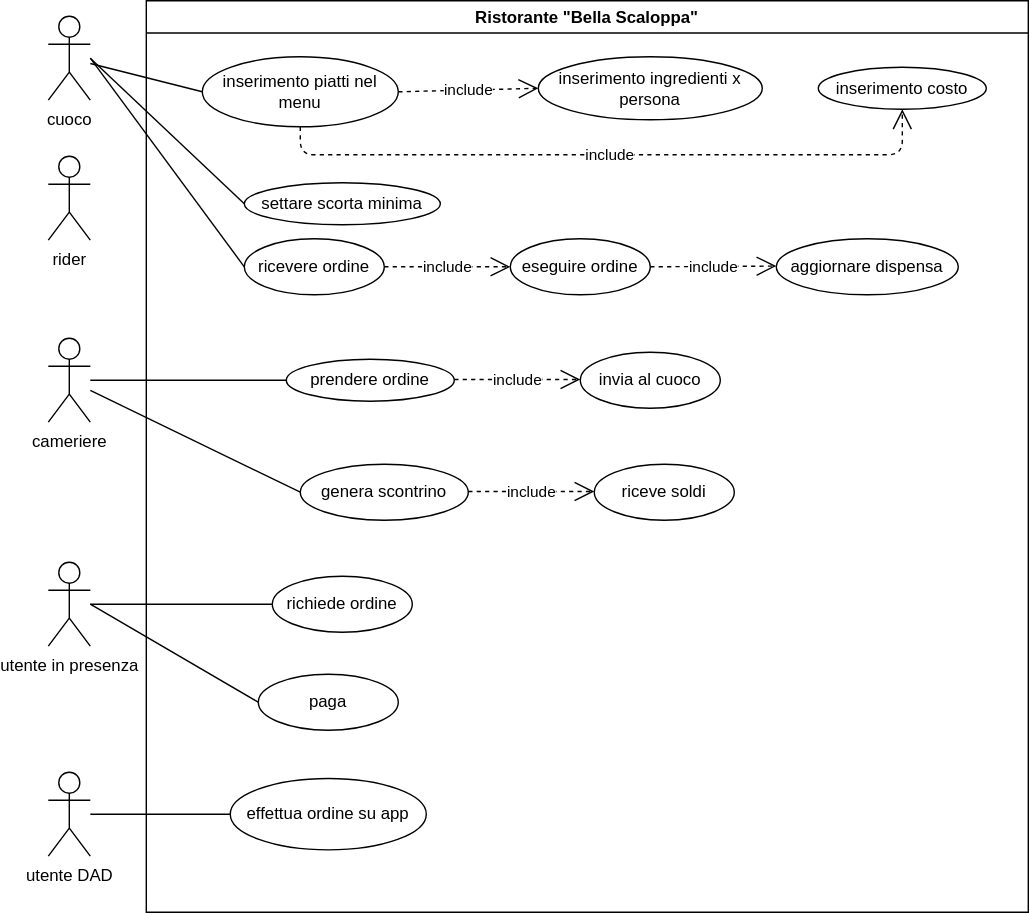
Before: ExamUseCaseDiagram.svg, a diagram exported from draw.io (Santeenee/ExamProject). Source tidied: cells renumbered, new cells last; positions are measured from the earlier drawing's top-left corner, leaving out a move shared by most shapes.
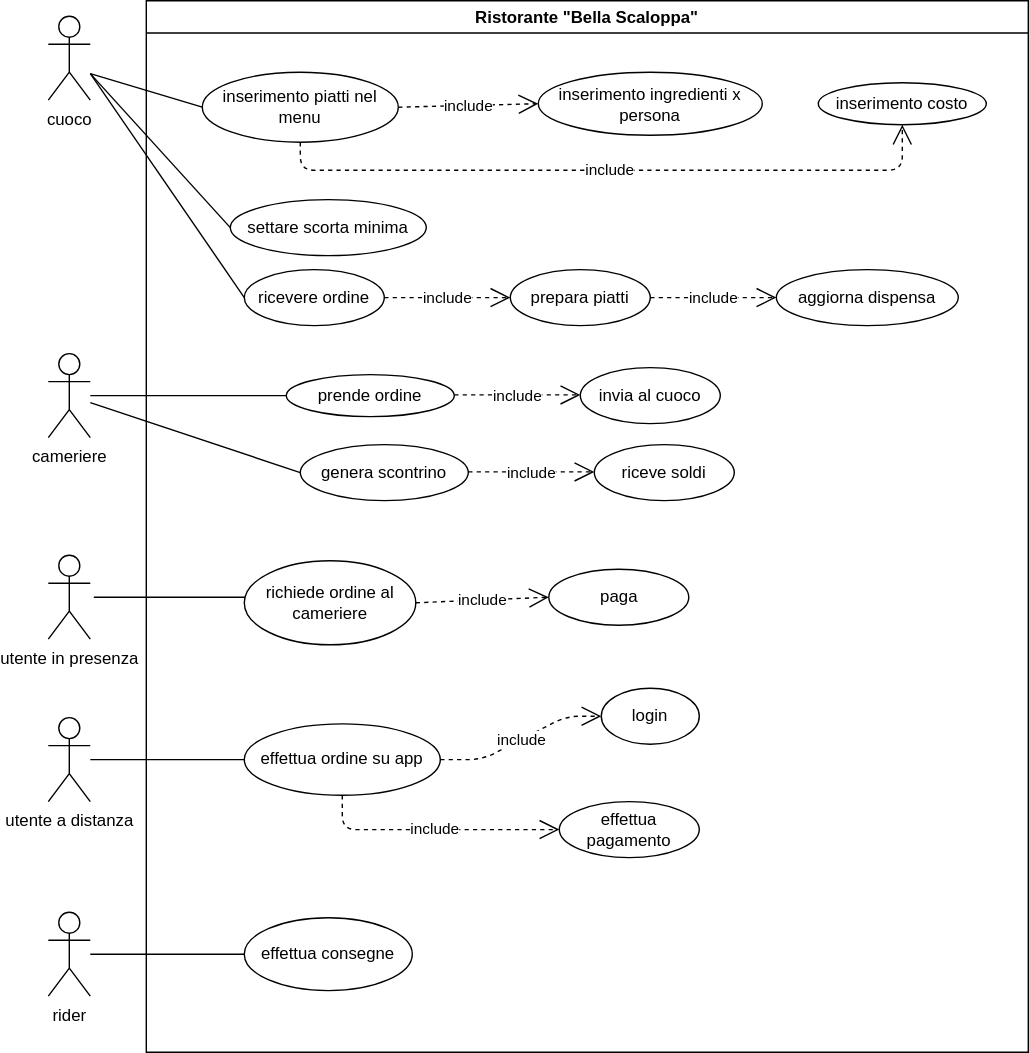
The same diagram one commit later.

The edit, as a diff of the source:
```diff
@@ -6,34 +6,34 @@
       <mxGeometry y="11" width="30" height="60" as="geometry" />
     </mxCell>
     <mxCell id="3" value="cameriere" style="shape=umlActor;verticalLabelPosition=bottom;verticalAlign=top;html=1;outlineConnect=0;" parent="1" vertex="1">
-      <mxGeometry y="241" width="30" height="60" as="geometry" />
+      <mxGeometry y="252" width="30" height="60" as="geometry" />
     </mxCell>
-    <mxCell id="4" value="utente DAD" style="shape=umlActor;verticalLabelPosition=bottom;verticalAlign=top;html=1;outlineConnect=0;" parent="1" vertex="1">
-      <mxGeometry y="551" width="30" height="60" as="geometry" />
+    <mxCell id="4" value="utente a distanza" style="shape=umlActor;verticalLabelPosition=bottom;verticalAlign=top;html=1;outlineConnect=0;" parent="1" vertex="1">
+      <mxGeometry y="512" width="30" height="60" as="geometry" />
     </mxCell>
     <mxCell id="5" value="rider" style="shape=umlActor;verticalLabelPosition=bottom;verticalAlign=top;html=1;outlineConnect=0;" parent="1" vertex="1">
-      <mxGeometry y="111" width="30" height="60" as="geometry" />
+      <mxGeometry y="651" width="30" height="60" as="geometry" />
     </mxCell>
     <mxCell id="6" value="Ristorante &quot;Bella Scaloppa&quot;" style="swimlane;" parent="1" vertex="1">
-      <mxGeometry x="70" width="630" height="651" as="geometry" />
+      <mxGeometry x="70" width="630" height="751" as="geometry" />
     </mxCell>
     <mxCell id="7" value="inserimento ingredienti x persona" style="ellipse;whiteSpace=wrap;html=1;" parent="6" vertex="1">
-      <mxGeometry x="280" y="40" width="160" height="45" as="geometry" />
+      <mxGeometry x="280" y="51" width="160" height="45" as="geometry" />
     </mxCell>
     <mxCell id="8" value="inserimento costo" style="ellipse;whiteSpace=wrap;html=1;" parent="6" vertex="1">
-      <mxGeometry x="480" y="47.5" width="120" height="30" as="geometry" />
+      <mxGeometry x="480" y="58.5" width="120" height="30" as="geometry" />
     </mxCell>
-    <mxCell id="9" value="eseguire ordine" style="ellipse;whiteSpace=wrap;html=1;" parent="6" vertex="1">
-      <mxGeometry x="260" y="170" width="100" height="40" as="geometry" />
+    <mxCell id="9" value="prepara piatti" style="ellipse;whiteSpace=wrap;html=1;" parent="6" vertex="1">
+      <mxGeometry x="260" y="192" width="100" height="40" as="geometry" />
     </mxCell>
-    <mxCell id="10" value="prendere ordine" style="ellipse;whiteSpace=wrap;html=1;" parent="6" vertex="1">
-      <mxGeometry x="100" y="256" width="120" height="30" as="geometry" />
+    <mxCell id="10" value="prende ordine" style="ellipse;whiteSpace=wrap;html=1;" parent="6" vertex="1">
+      <mxGeometry x="100" y="267" width="120" height="30" as="geometry" />
     </mxCell>
     <mxCell id="11" value="genera scontrino" style="ellipse;whiteSpace=wrap;html=1;" parent="6" vertex="1">
-      <mxGeometry x="110" y="331" width="120" height="40" as="geometry" />
+      <mxGeometry x="110" y="317" width="120" height="40" as="geometry" />
     </mxCell>
     <mxCell id="12" value="inserimento piatti nel menu" style="ellipse;whiteSpace=wrap;html=1;" parent="6" vertex="1">
-      <mxGeometry x="40" y="40" width="140" height="50" as="geometry" />
+      <mxGeometry x="40" y="51" width="140" height="50" as="geometry" />
     </mxCell>
     <mxCell id="13" value="include" style="endArrow=open;endSize=12;dashed=1;html=1;exitX=1;exitY=0.5;exitDx=0;exitDy=0;entryX=0;entryY=0.5;entryDx=0;entryDy=0;" parent="6" edge="1" source="12" target="7">
       <mxGeometry relative="1" as="geometry" />
@@ -41,93 +41,118 @@
     <mxCell id="14" value="include" style="endArrow=open;endSize=12;dashed=1;html=1;entryX=0.5;entryY=1;entryDx=0;entryDy=0;exitX=0.5;exitY=1;exitDx=0;exitDy=0;" parent="6" edge="1" source="12" target="8">
       <mxGeometry relative="1" as="geometry">
         <Array as="points">
-          <mxPoint x="110" y="110" />
-          <mxPoint x="540" y="110" />
+          <mxPoint x="110" y="121" />
+          <mxPoint x="540" y="121" />
         </Array>
       </mxGeometry>
     </mxCell>
     <mxCell id="15" value="settare scorta minima" style="ellipse;whiteSpace=wrap;html=1;" parent="6" vertex="1">
-      <mxGeometry x="70" y="130" width="140" height="30" as="geometry" />
+      <mxGeometry x="60" y="142" width="140" height="40" as="geometry" />
     </mxCell>
     <mxCell id="16" value="include" style="endArrow=open;endSize=12;dashed=1;html=1;exitX=1;exitY=0.5;exitDx=0;exitDy=0;entryX=0;entryY=0.5;entryDx=0;entryDy=0;" parent="6" edge="1" source="17" target="9">
       <mxGeometry relative="1" as="geometry" />
     </mxCell>
     <mxCell id="17" value="ricevere ordine" style="ellipse;whiteSpace=wrap;html=1;" parent="6" vertex="1">
-      <mxGeometry x="70" y="170" width="100" height="40" as="geometry" />
+      <mxGeometry x="70" y="192" width="100" height="40" as="geometry" />
     </mxCell>
-    <mxCell id="18" value="include" style="endArrow=open;endSize=12;dashed=1;html=1;exitX=1;exitY=0.5;exitDx=0;exitDy=0;entryX=0;entryY=0.5;entryDx=0;entryDy=0;" parent="6" edge="1" source="9">
-      <mxGeometry relative="1" as="geometry">
-        <mxPoint x="450" y="189.5" as="targetPoint" />
-      </mxGeometry>
+    <mxCell id="18" value="include" style="endArrow=open;endSize=12;dashed=1;html=1;exitX=1;exitY=0.5;exitDx=0;exitDy=0;entryX=0;entryY=0.5;entryDx=0;entryDy=0;" parent="6" edge="1" source="9" target="19">
+      <mxGeometry relative="1" as="geometry" />
     </mxCell>
-    <mxCell id="19" value="aggiornare dispensa" style="ellipse;whiteSpace=wrap;html=1;" parent="6" vertex="1">
-      <mxGeometry x="450" y="170" width="130" height="40" as="geometry" />
+    <mxCell id="19" value="aggiorna dispensa" style="ellipse;whiteSpace=wrap;html=1;" parent="6" vertex="1">
+      <mxGeometry x="450" y="192" width="130" height="40" as="geometry" />
     </mxCell>
     <mxCell id="20" value="include" style="endArrow=open;endSize=12;dashed=1;html=1;exitX=1;exitY=0.5;exitDx=0;exitDy=0;entryX=0;entryY=0.5;entryDx=0;entryDy=0;" parent="6" edge="1">
       <mxGeometry relative="1" as="geometry">
-        <mxPoint x="220" y="270.5" as="sourcePoint" />
-        <mxPoint x="310" y="270.5" as="targetPoint" />
+        <mxPoint x="220" y="281.5" as="sourcePoint" />
+        <mxPoint x="310" y="281.5" as="targetPoint" />
       </mxGeometry>
     </mxCell>
     <mxCell id="21" value="invia al cuoco" style="ellipse;whiteSpace=wrap;html=1;" parent="6" vertex="1">
-      <mxGeometry x="310" y="251" width="100" height="40" as="geometry" />
+      <mxGeometry x="310" y="262" width="100" height="40" as="geometry" />
     </mxCell>
     <mxCell id="22" value="include" style="endArrow=open;endSize=12;dashed=1;html=1;exitX=1;exitY=0.5;exitDx=0;exitDy=0;entryX=0;entryY=0.5;entryDx=0;entryDy=0;" parent="6" edge="1">
       <mxGeometry relative="1" as="geometry">
-        <mxPoint x="230" y="350.5" as="sourcePoint" />
-        <mxPoint x="320" y="350.5" as="targetPoint" />
+        <mxPoint x="230" y="336.5" as="sourcePoint" />
+        <mxPoint x="320" y="336.5" as="targetPoint" />
       </mxGeometry>
     </mxCell>
     <mxCell id="23" value="riceve soldi" style="ellipse;whiteSpace=wrap;html=1;" parent="6" vertex="1">
-      <mxGeometry x="320" y="331" width="100" height="40" as="geometry" />
+      <mxGeometry x="320" y="317" width="100" height="40" as="geometry" />
     </mxCell>
     <mxCell id="24" style="endArrow=none;html=1;" parent="6" edge="1">
       <mxGeometry relative="1" as="geometry">
-        <mxPoint x="-40" y="431" as="sourcePoint" />
-        <mxPoint x="90" y="431" as="targetPoint" />
+        <mxPoint x="-37.5" y="426" as="sourcePoint" />
+        <mxPoint x="92.5" y="426" as="targetPoint" />
       </mxGeometry>
     </mxCell>
-    <mxCell id="25" value="richiede ordine" style="ellipse;whiteSpace=wrap;html=1;" parent="6" vertex="1">
-      <mxGeometry x="90" y="411" width="100" height="40" as="geometry" />
+    <mxCell id="25" value="richiede ordine al cameriere" style="ellipse;whiteSpace=wrap;html=1;" parent="6" vertex="1">
+      <mxGeometry x="70" y="400" width="122.5" height="60" as="geometry" />
     </mxCell>
     <mxCell id="26" value="paga" style="ellipse;whiteSpace=wrap;html=1;" parent="6" vertex="1">
-      <mxGeometry x="80" y="481" width="100" height="40" as="geometry" />
+      <mxGeometry x="287.5" y="406" width="100" height="40" as="geometry" />
     </mxCell>
-    <mxCell id="27" style="endArrow=none;html=1;" parent="6" edge="1">
-      <mxGeometry relative="1" as="geometry">
-        <mxPoint x="-40" y="431" as="sourcePoint" />
-        <mxPoint x="80" y="501" as="targetPoint" />
-      </mxGeometry>
-    </mxCell>
     <mxCell id="28" value="effettua ordine su app" style="ellipse;whiteSpace=wrap;html=1;" parent="6" vertex="1">
-      <mxGeometry x="60" y="555.5" width="140" height="51" as="geometry" />
+      <mxGeometry x="70" y="516.5" width="140" height="51" as="geometry" />
     </mxCell>
+    <mxCell id="36" value="include" style="endArrow=open;endSize=12;dashed=1;html=1;exitX=1;exitY=0.5;exitDx=0;exitDy=0;entryX=0;entryY=0.5;entryDx=0;entryDy=0;" parent="6" edge="1" source="28" target="37">
+      <mxGeometry relative="1" as="geometry">
+        <Array as="points">
+          <mxPoint x="240" y="542" />
+          <mxPoint x="300" y="511" />
+        </Array>
+      </mxGeometry>
+    </mxCell>
+    <mxCell id="37" value="login" style="ellipse;whiteSpace=wrap;html=1;" parent="6" vertex="1">
+      <mxGeometry x="325" y="491" width="70" height="40" as="geometry" />
+    </mxCell>
+    <mxCell id="38" value="effettua pagamento" style="ellipse;whiteSpace=wrap;html=1;" parent="6" vertex="1">
+      <mxGeometry x="295" y="572" width="100" height="40" as="geometry" />
+    </mxCell>
+    <mxCell id="39" value="include" style="endArrow=open;endSize=12;dashed=1;html=1;exitX=1;exitY=0.5;exitDx=0;exitDy=0;entryX=0;entryY=0.5;entryDx=0;entryDy=0;" parent="6" edge="1" source="25" target="26">
+      <mxGeometry relative="1" as="geometry" />
+    </mxCell>
+    <mxCell id="40" value="effettua consegne" style="ellipse;whiteSpace=wrap;html=1;" parent="6" vertex="1">
+      <mxGeometry x="70" y="655" width="120" height="52" as="geometry" />
+    </mxCell>
-    <mxCell id="29" style="endArrow=none;html=1;entryX=0;entryY=0.5;entryDx=0;entryDy=0;" parent="1" edge="1" source="2" target="12">
-      <mxGeometry relative="1" as="geometry" />
+    <mxCell id="29" style="endArrow=none;html=1;entryX=0;entryY=0.5;entryDx=0;entryDy=0;" parent="1" edge="1" target="12">
+      <mxGeometry relative="1" as="geometry">
+        <mxPoint x="30" y="52" as="sourcePoint" />
+      </mxGeometry>
     </mxCell>
     <mxCell id="30" style="endArrow=none;html=1;entryX=0;entryY=0.5;entryDx=0;entryDy=0;" parent="1" edge="1" source="3" target="11">
       <mxGeometry relative="1" as="geometry" />
     </mxCell>
     <mxCell id="31" style="endArrow=none;html=1;entryX=0;entryY=0.5;entryDx=0;entryDy=0;" parent="1" edge="1" target="10">
       <mxGeometry relative="1" as="geometry">
-        <mxPoint x="30" y="271" as="sourcePoint" />
+        <mxPoint x="30" y="282" as="sourcePoint" />
       </mxGeometry>
     </mxCell>
     <mxCell id="32" style="endArrow=none;html=1;entryX=0;entryY=0.5;entryDx=0;entryDy=0;" parent="1" edge="1" target="15">
       <mxGeometry relative="1" as="geometry">
-        <mxPoint x="30" y="41" as="sourcePoint" />
+        <mxPoint x="30" y="52" as="sourcePoint" />
       </mxGeometry>
     </mxCell>
     <mxCell id="33" value="utente in presenza" style="shape=umlActor;verticalLabelPosition=bottom;verticalAlign=top;html=1;" parent="1" vertex="1">
-      <mxGeometry y="401" width="30" height="60" as="geometry" />
+      <mxGeometry y="396" width="30" height="60" as="geometry" />
     </mxCell>
     <mxCell id="34" style="endArrow=none;html=1;entryX=0;entryY=0.5;entryDx=0;entryDy=0;" parent="1" edge="1" target="17">
       <mxGeometry relative="1" as="geometry">
-        <mxPoint x="30" y="41" as="sourcePoint" />
+        <mxPoint x="30" y="52" as="sourcePoint" />
       </mxGeometry>
     </mxCell>
     <mxCell id="35" style="endArrow=none;html=1;entryX=0;entryY=0.5;entryDx=0;entryDy=0;" parent="1" edge="1" source="4" target="28">
       <mxGeometry relative="1" as="geometry" />
     </mxCell>
+    <mxCell id="41" value="include" style="endArrow=open;endSize=12;dashed=1;html=1;exitX=0.5;exitY=1;exitDx=0;exitDy=0;entryX=0;entryY=0.5;entryDx=0;entryDy=0;" parent="1" edge="1" source="28">
+      <mxGeometry relative="1" as="geometry">
+        <mxPoint x="365" y="592" as="targetPoint" />
+        <Array as="points">
+          <mxPoint x="210" y="592" />
+        </Array>
+      </mxGeometry>
+    </mxCell>
+    <mxCell id="42" style="endArrow=none;html=1;entryX=0;entryY=0.5;entryDx=0;entryDy=0;" parent="1" edge="1" source="5" target="40">
+      <mxGeometry relative="1" as="geometry" />
+    </mxCell>
   </root>
 </mxGraphModel>
```
